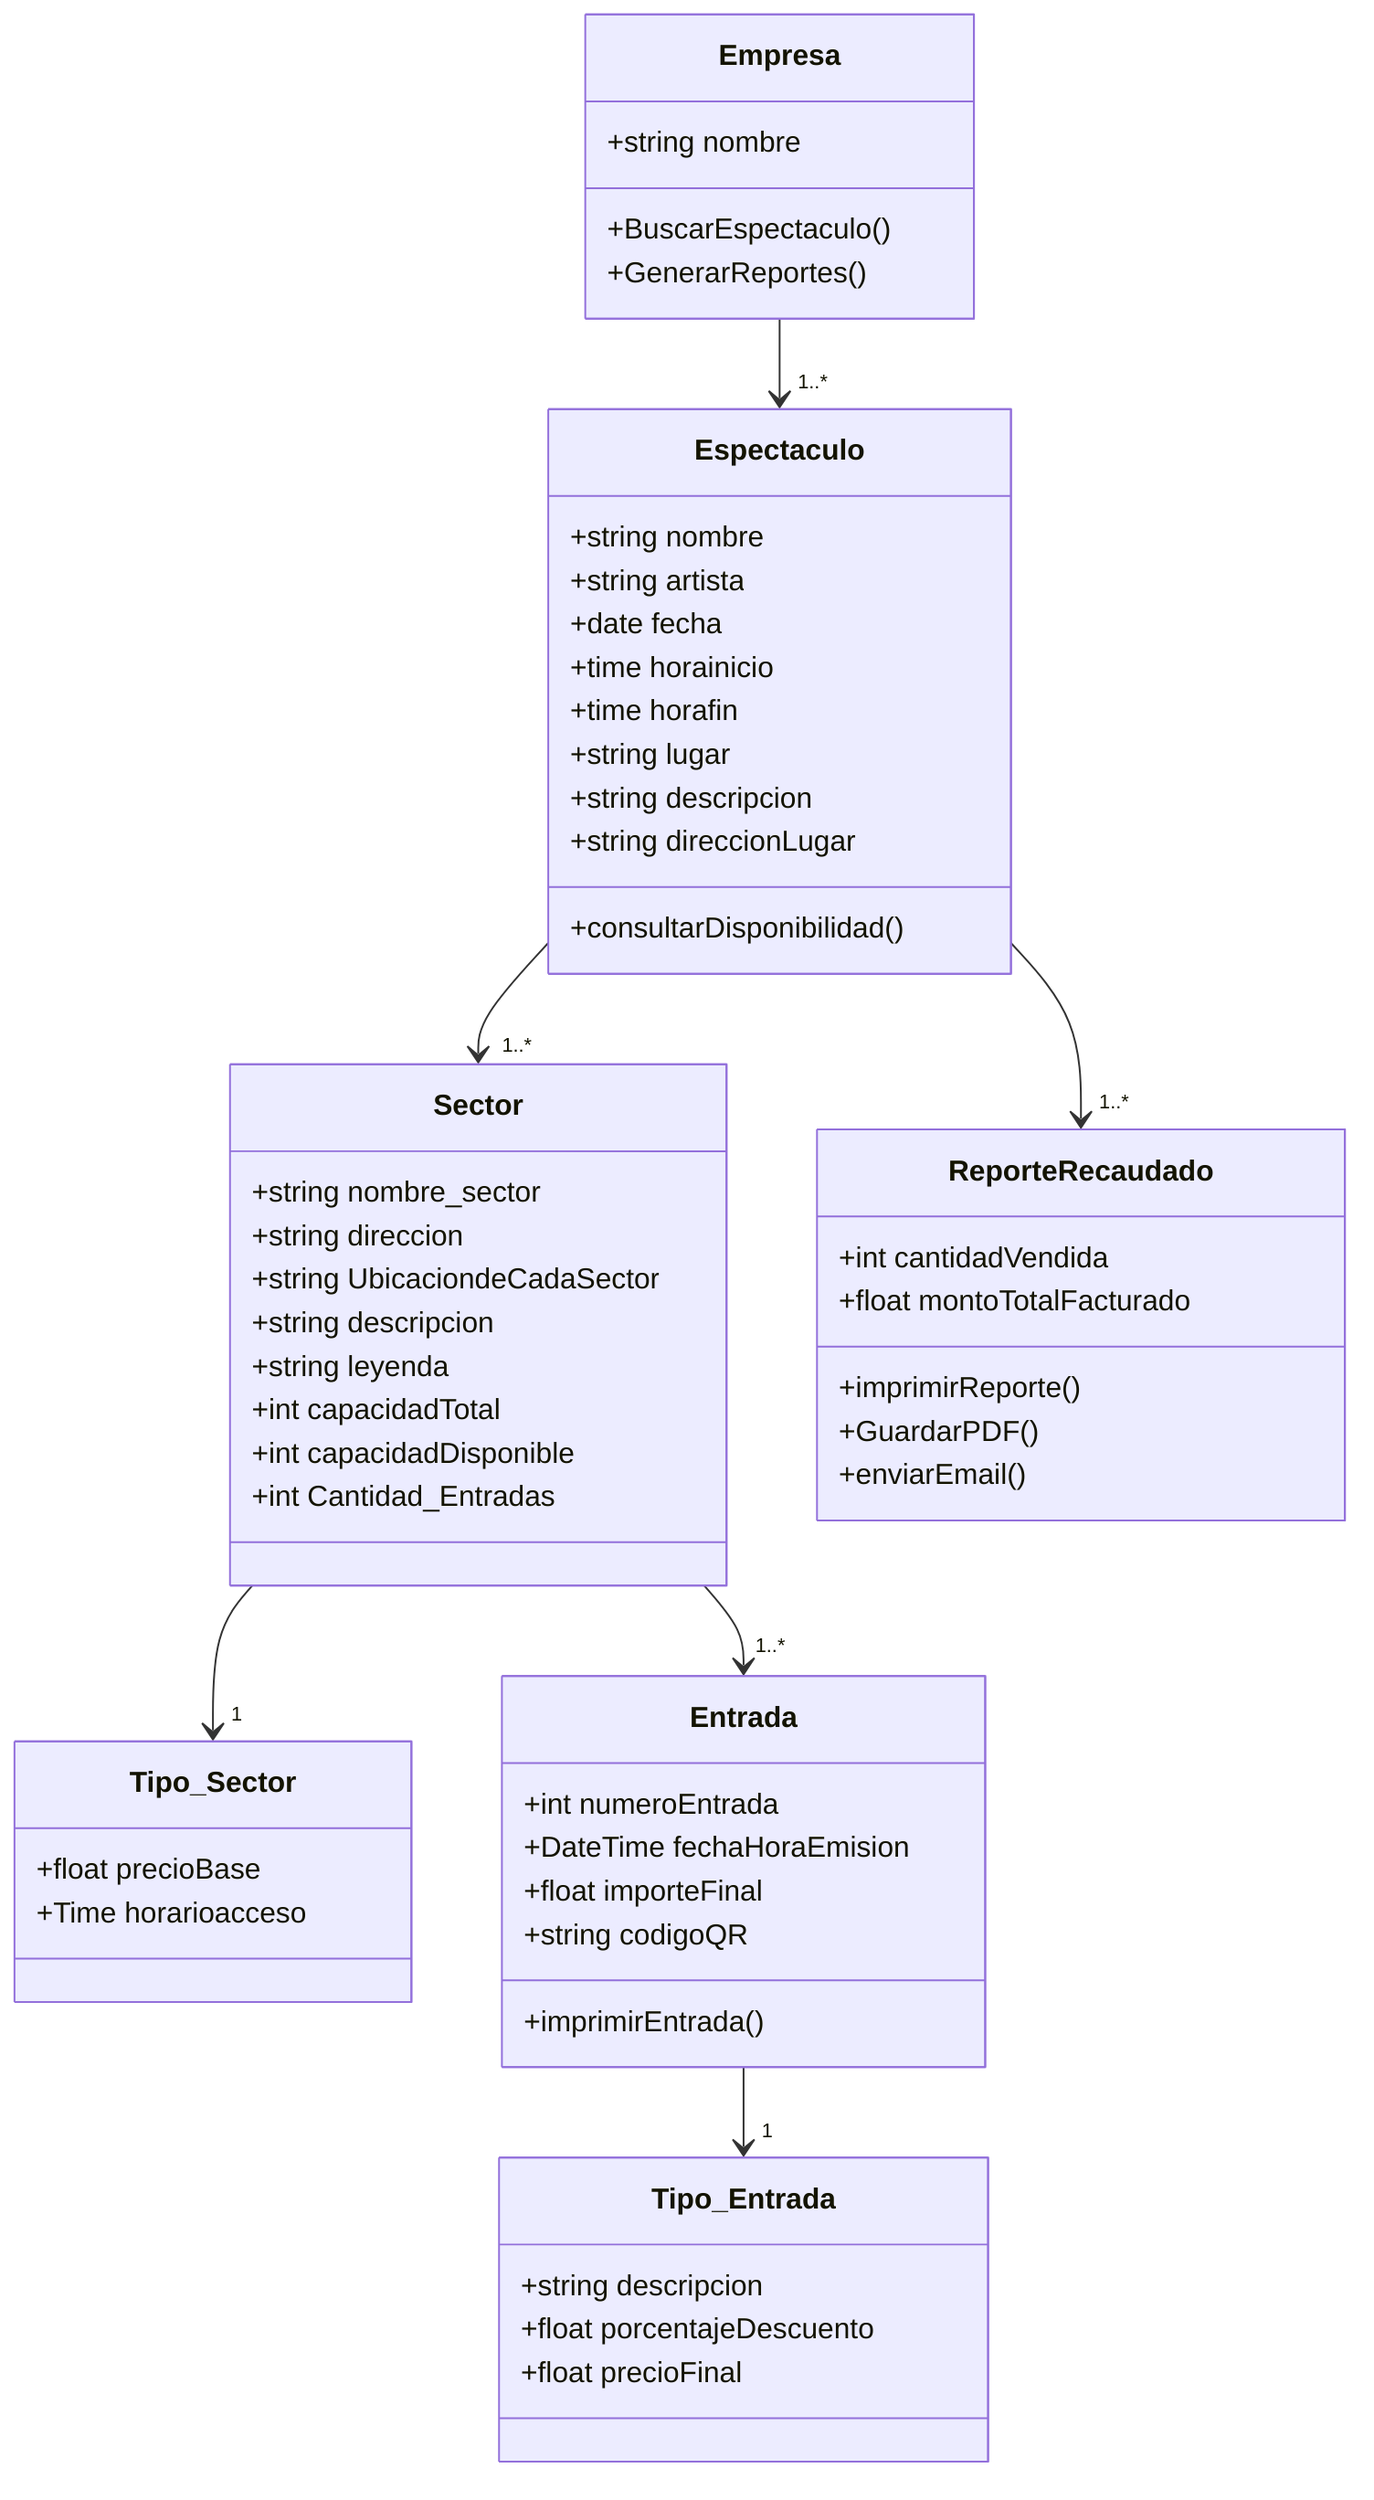
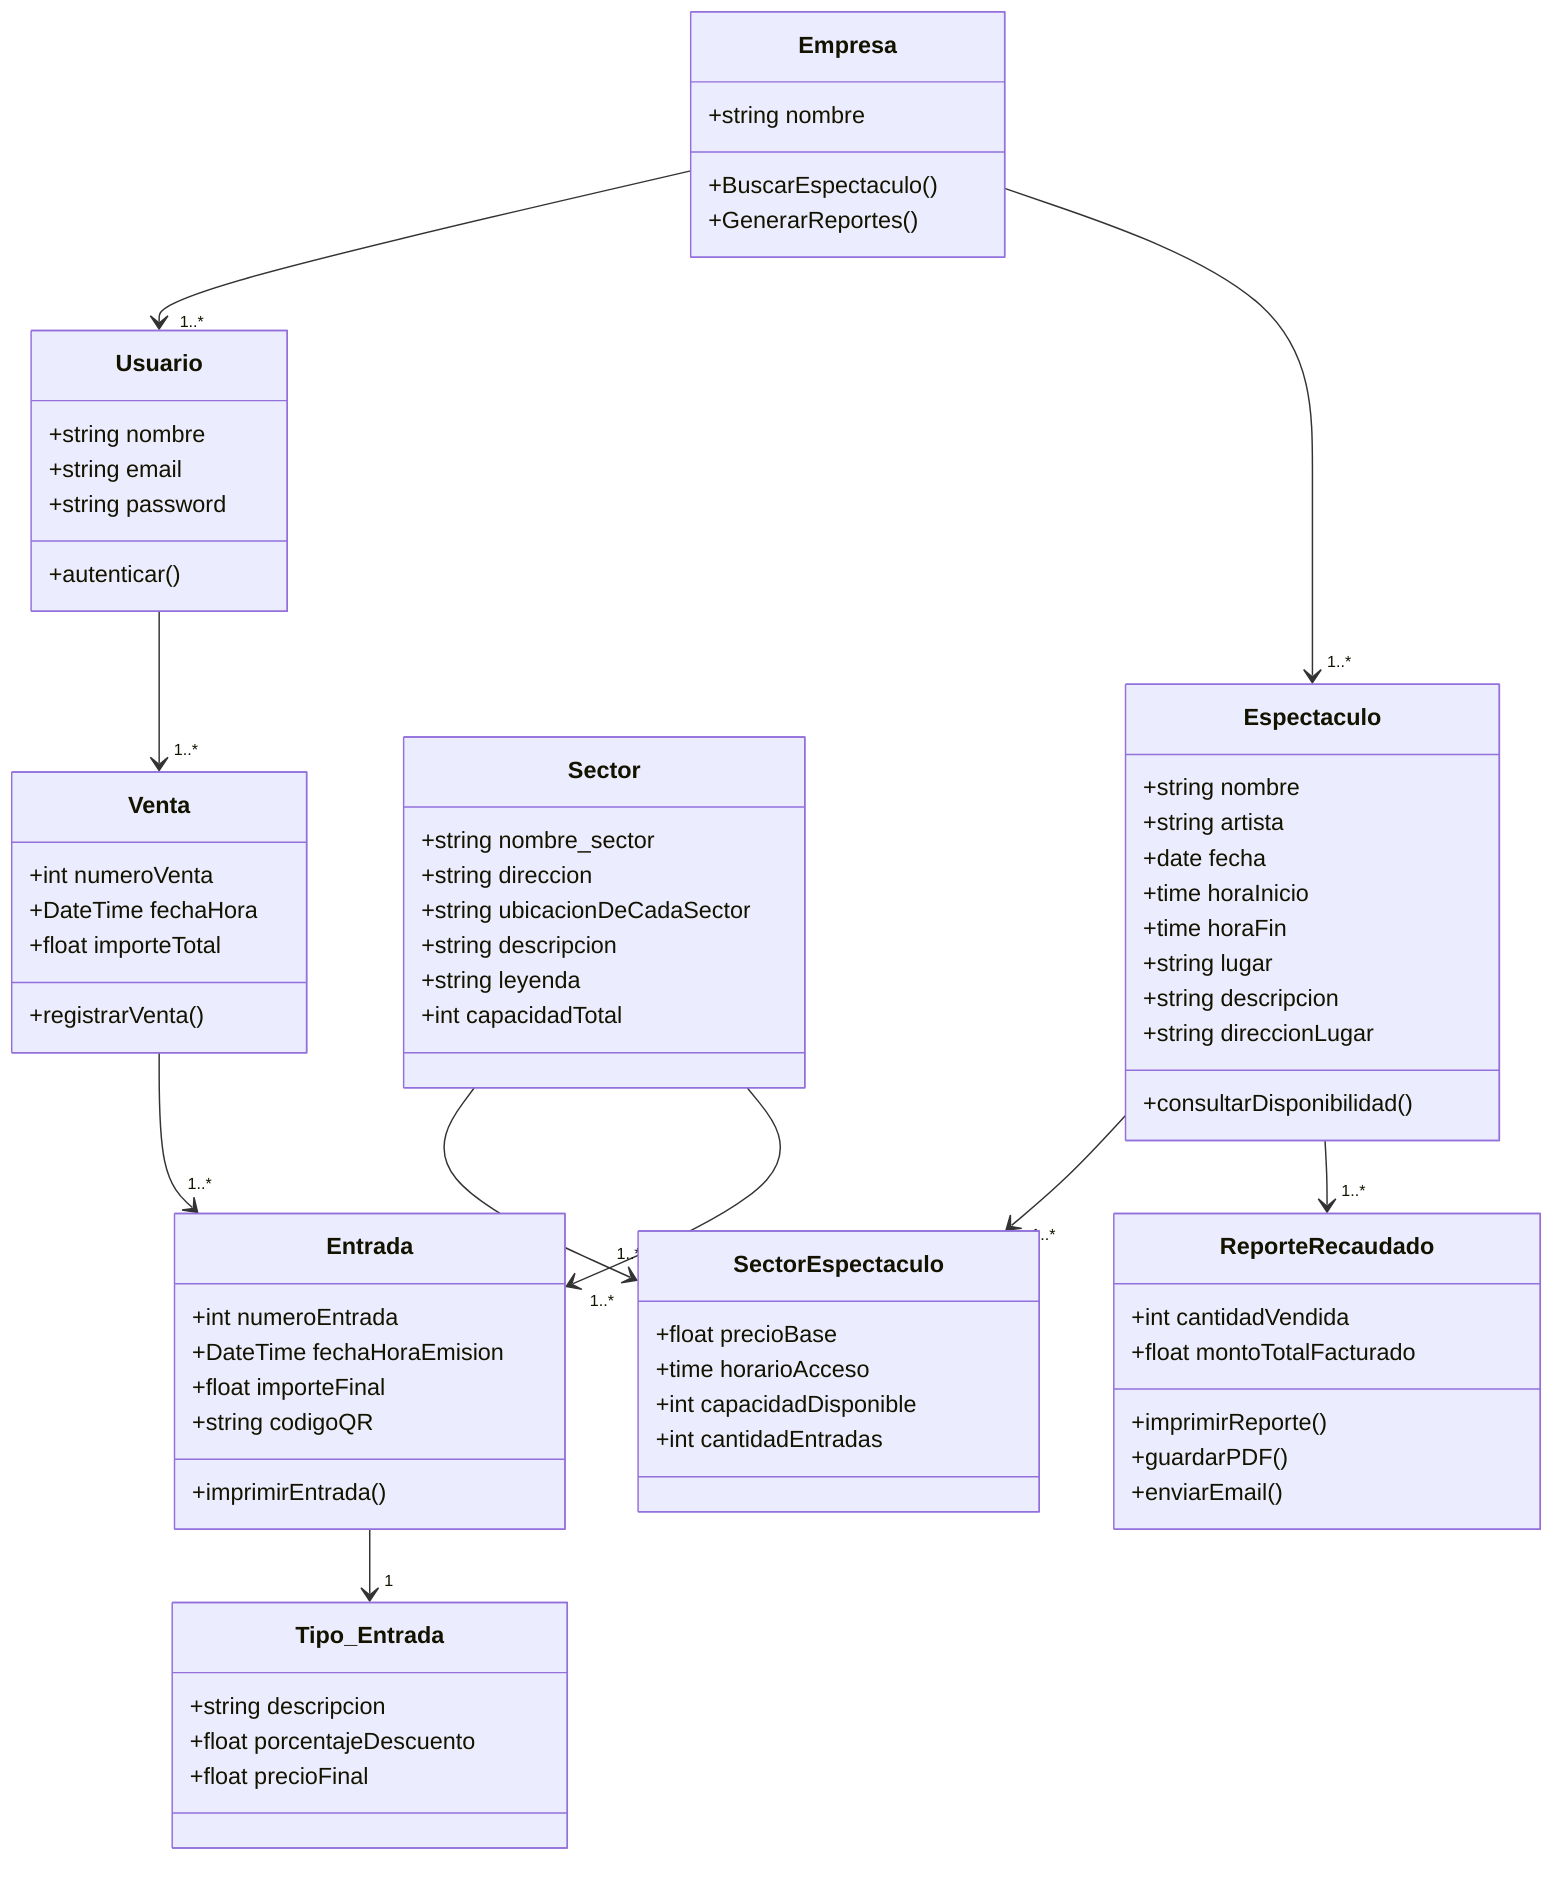
classDiagram
+ 
    class Empresa {
        +string nombre
        +BuscarEspectaculo()
        +GenerarReportes()
-         }
+     }
+ 
+     class Usuario {
+         +string nombre
+         +string email
+         +string password
+         +autenticar()
+     }

    class Espectaculo {
        +string nombre
        +string artista
        +date fecha
-         +time horainicio
-         +time horafin
+         +time horaInicio
+         +time horaFin
        +string lugar
        +string descripcion
        +string direccionLugar
        +consultarDisponibilidad()
    }

    class Sector {
        +string nombre_sector
        +string direccion
-         +string UbicaciondeCadaSector
-         +string  descripcion
+         +string ubicacionDeCadaSector
+         +string descripcion
        +string leyenda
        +int capacidadTotal
-         +int capacidadDisponible
-         +int Cantidad_Entradas
- 
- 
    }

-     class Tipo_Sector {
+     class SectorEspectaculo {
        +float precioBase
-         +Time horarioacceso
- 
+         +time horarioAcceso
+         +int capacidadDisponible
+         +int cantidadEntradas
    }

    class Entrada {
        +int numeroEntrada
        +DateTime fechaHoraEmision
        +float importeFinal
        +string codigoQR
        +imprimirEntrada()
    }

    class Tipo_Entrada {
        +string descripcion
        +float porcentajeDescuento
        +float precioFinal
    }

+     class Venta {
+         +int numeroVenta
+         +DateTime fechaHora
+         +float importeTotal
+         +registrarVenta()
+     }
+ 
    class ReporteRecaudado {
        +int cantidadVendida
        +float montoTotalFacturado
        +imprimirReporte()
-         +GuardarPDF()
+         +guardarPDF()
        +enviarEmail()
    }

+     Empresa --> "1..*" Usuario
    Empresa --> "1..*" Espectaculo
-     Espectaculo --> "1..*" Sector
-     Sector --> "1" Tipo_Sector
+ 
+     Espectaculo --> "1..*" SectorEspectaculo
+     Sector --> "1..*" SectorEspectaculo
+ 
    Sector --> "1..*" Entrada
+ 
    Entrada --> "1" Tipo_Entrada
-     Espectaculo --> "1..*" ReporteRecaudado

+     Usuario --> "1..*" Venta
+     Venta --> "1..*" Entrada
+ 
+     Espectaculo --> "1..*" ReporteRecaudado